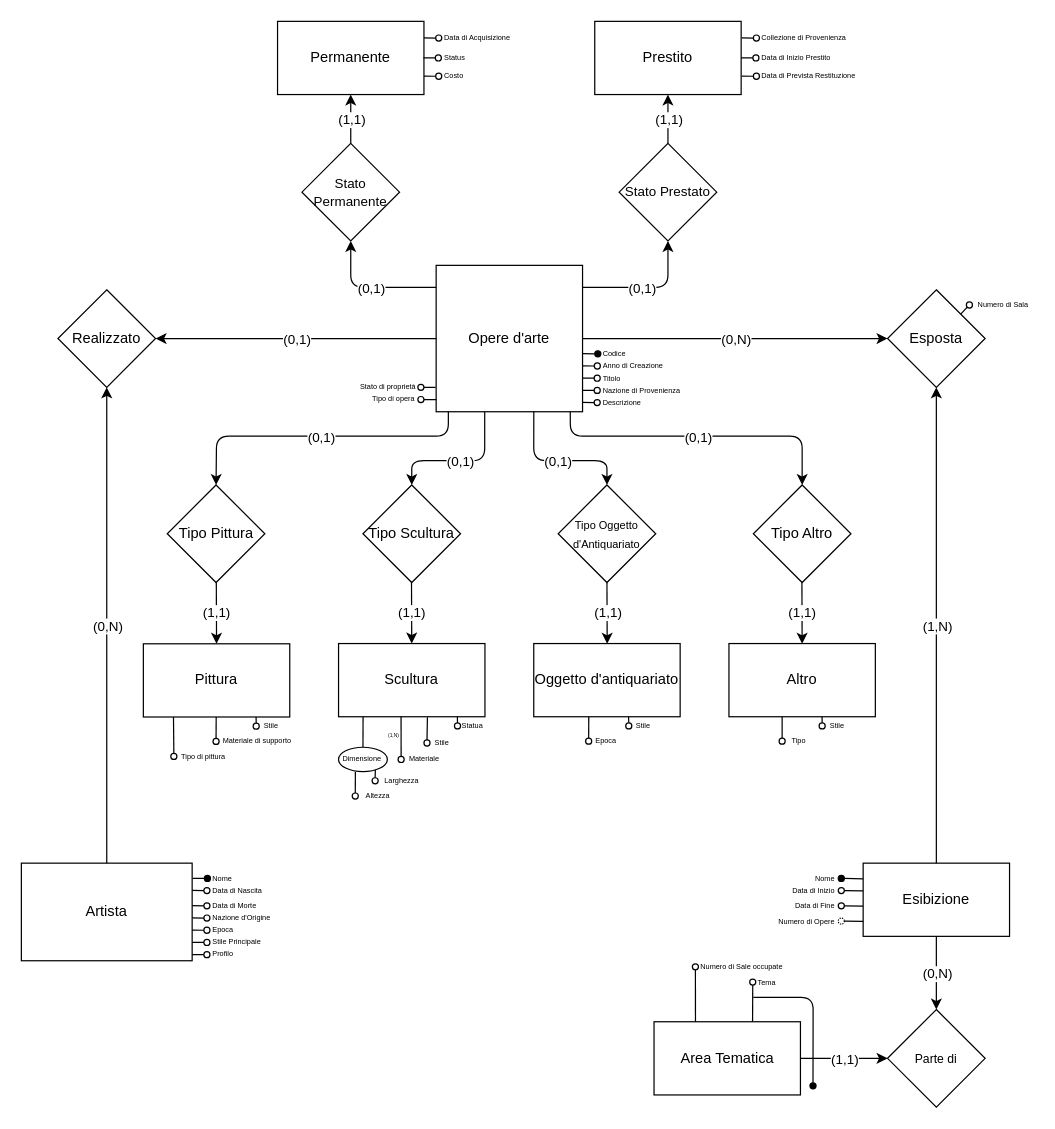
Above: diagramma er rifinito.drawio in Lord-Feder/Base-di-dati (draw.io), before the change. Source tidied: cells renumbered, new cells numbered last; positions are measured from the earlier drawing's top-left corner, leaving out a move shared by most shapes. Both pictures are drawn from the tidied source at 122%, with x=0, y=0 at pixel (21, 21).
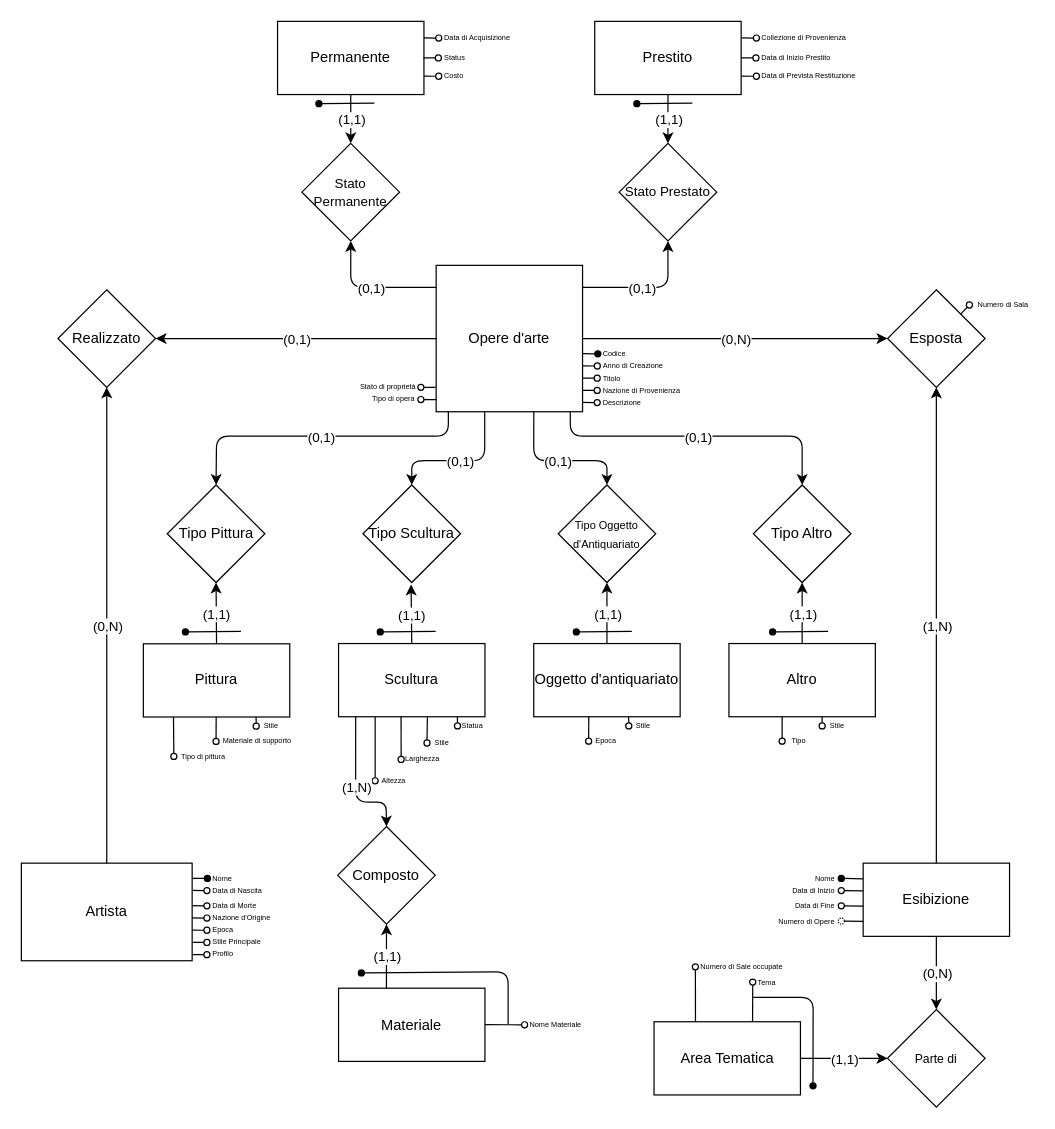
Above is the later version.

Unchanged cells that the change refers to:
```xml
<mxCell id="6" value="Permanente" style="rounded=0;whiteSpace=wrap;html=1;" parent="1" vertex="1">
  <mxGeometry x="210" width="120" height="60" as="geometry" />
</mxCell>
<mxCell id="7" value="Oggetto d'antiquariato" style="rounded=0;whiteSpace=wrap;html=1;" parent="1" vertex="1">
  <mxGeometry x="420" y="510" width="120" height="60" as="geometry" />
</mxCell>
<mxCell id="8" value="Scultura" style="rounded=0;whiteSpace=wrap;html=1;" parent="1" vertex="1">
  <mxGeometry x="260" y="510" width="120" height="60" as="geometry" />
</mxCell>
<mxCell id="9" value="Pittura" style="rounded=0;whiteSpace=wrap;html=1;" parent="1" vertex="1">
  <mxGeometry x="100" y="510.2" width="120" height="60" as="geometry" />
</mxCell>
<mxCell id="10" value="Altro" style="rounded=0;whiteSpace=wrap;html=1;" parent="1" vertex="1">
  <mxGeometry x="580" y="510" width="120" height="60" as="geometry" />
</mxCell>
<mxCell id="85" style="ellipse;whiteSpace=wrap;html=1;fillColor=none;" parent="1" vertex="1">
  <mxGeometry x="287.5" y="620" width="5" height="5" as="geometry" />
</mxCell>
<mxCell id="145" value="&lt;font style=&quot;font-size: 11px&quot;&gt;Stato Permanente&lt;/font&gt;" style="rhombus;whiteSpace=wrap;html=1;" parent="1" vertex="1">
  <mxGeometry x="230" y="100" width="80" height="80" as="geometry" />
</mxCell>
<mxCell id="146" value="&lt;font style=&quot;font-size: 11px&quot;&gt;Stato Prestato&lt;/font&gt;" style="rhombus;whiteSpace=wrap;html=1;" parent="1" vertex="1">
  <mxGeometry x="490" y="100" width="80" height="80" as="geometry" />
</mxCell>
<mxCell id="147" value="Tipo Pittura" style="rhombus;whiteSpace=wrap;html=1;" parent="1" vertex="1">
  <mxGeometry x="119.6" y="380" width="80" height="80" as="geometry" />
</mxCell>
<mxCell id="148" value="Tipo Scultura" style="rhombus;whiteSpace=wrap;html=1;" parent="1" vertex="1">
  <mxGeometry x="280" y="380" width="80" height="80" as="geometry" />
</mxCell>
<mxCell id="149" value="&lt;font style=&quot;font-size: 9px&quot;&gt;Tipo Oggetto d'Antiquariato&lt;/font&gt;" style="rhombus;whiteSpace=wrap;html=1;" parent="1" vertex="1">
  <mxGeometry x="440" y="380" width="80" height="80" as="geometry" />
</mxCell>
```

Change to the diagram source:
```diff
@@
-    <mxCell id="80" value="Materiale" style="text;html=1;align=center;verticalAlign=middle;whiteSpace=wrap;rounded=0;shadow=0;fontSize=6;" parent="1" vertex="1">
-      <mxGeometry x="313.8" y="600" width="32.5" height="10" as="geometry" />
-    </mxCell>
-    <mxCell id="81" style="endArrow=none;html=1;entryX=0.5;entryY=0;entryDx=0;entryDy=0;exitX=0.435;exitY=1.004;exitDx=0;exitDy=0;exitPerimeter=0;" parent="1" edge="1" target="83">
-      <mxGeometry relative="1" as="geometry">
-        <mxPoint x="280.1" y="570" as="sourcePoint" />
-      </mxGeometry>
-    </mxCell>
-    <mxCell id="82" value="Dimensione" style="text;html=1;align=center;verticalAlign=middle;whiteSpace=wrap;rounded=0;shadow=0;fontSize=6;" parent="1" vertex="1">
-      <mxGeometry x="266.4" y="599.8" width="27.1" height="10" as="geometry" />
-    </mxCell>
-    <mxCell id="83" style="ellipse;whiteSpace=wrap;html=1;fillColor=none;" parent="1" vertex="1">
-      <mxGeometry x="260" y="595" width="40" height="20" as="geometry" />
-    </mxCell>
-    <mxCell id="84" style="endArrow=none;html=1;entryX=0.5;entryY=0;entryDx=0;entryDy=0;exitX=0.754;exitY=0.935;exitDx=0;exitDy=0;exitPerimeter=0;" parent="1" edge="1" source="83" target="85">
+    <mxCell id="84" style="endArrow=none;html=1;entryX=0.5;entryY=0;entryDx=0;entryDy=0;exitX=0.25;exitY=1;exitDx=0;exitDy=0;" parent="1" edge="1" source="8" target="85">
       <mxGeometry relative="1" as="geometry" />
     </mxCell>
@@
     <mxCell id="86" value="Larghezza" style="text;html=1;align=center;verticalAlign=middle;whiteSpace=wrap;rounded=0;shadow=0;fontSize=6;" parent="1" vertex="1">
-      <mxGeometry x="292.5" y="617.5" width="37.5" height="10" as="geometry" />
+      <mxGeometry x="310" y="600" width="37.5" height="10" as="geometry" />
     </mxCell>
-    <mxCell id="87" style="endArrow=none;html=1;entryX=0.5;entryY=0;entryDx=0;entryDy=0;exitX=0.563;exitY=1;exitDx=0;exitDy=0;exitPerimeter=0;" parent="1" edge="1" target="88">
-      <mxGeometry relative="1" as="geometry">
-        <mxPoint x="273.8" y="615" as="sourcePoint" />
-      </mxGeometry>
-    </mxCell>
-    <mxCell id="88" style="ellipse;whiteSpace=wrap;html=1;fillColor=none;" parent="1" vertex="1">
-      <mxGeometry x="271.2" y="632.5" width="5" height="5" as="geometry" />
-    </mxCell>
     <mxCell id="89" value="Altezza" style="text;html=1;align=center;verticalAlign=middle;whiteSpace=wrap;rounded=0;shadow=0;fontSize=6;" parent="1" vertex="1">
-      <mxGeometry x="276.2" y="630" width="32.5" height="10" as="geometry" />
+      <mxGeometry x="289.4" y="617.5" width="32.5" height="10" as="geometry" />
     </mxCell>
@@
-    <mxCell id="144" value="(1,N)" style="text;html=1;strokeColor=none;fillColor=none;align=center;verticalAlign=middle;whiteSpace=wrap;rounded=0;fontSize=4;" parent="1" vertex="1">
-      <mxGeometry x="296.2" y="579.8" width="18.8" height="12.7" as="geometry" />
-    </mxCell>
@@
-    <mxCell id="159" style="endArrow=classic;html=1;fillColor=#000000;entryX=0.5;entryY=0;entryDx=0;entryDy=0;exitX=0.667;exitY=0.999;exitDx=0;exitDy=0;exitPerimeter=0;" parent="1" edge="1" target="9">
-      <mxGeometry relative="1" as="geometry">
-        <mxPoint x="159.8" y="460" as="sourcePoint" />
-      </mxGeometry>
+    <mxCell id="159" style="endArrow=classic;html=1;fillColor=#000000;entryX=0.5;entryY=1;entryDx=0;entryDy=0;exitX=0.5;exitY=0;exitDx=0;exitDy=0;" parent="1" edge="1" source="9" target="147">
+      <mxGeometry relative="1" as="geometry" />
     </mxCell>
@@
-    <mxCell id="161" style="endArrow=classic;html=1;fillColor=#000000;entryX=0.5;entryY=0;entryDx=0;entryDy=0;exitX=0.667;exitY=0.999;exitDx=0;exitDy=0;exitPerimeter=0;" parent="1" edge="1">
-      <mxGeometry relative="1" as="geometry">
-        <mxPoint x="319.8" y="459.8" as="sourcePoint" />
-        <mxPoint x="320" y="510" as="targetPoint" />
-      </mxGeometry>
+    <mxCell id="161" style="endArrow=classic;html=1;fillColor=#000000;entryX=0.493;entryY=1.02;entryDx=0;entryDy=0;entryPerimeter=0;exitX=0.5;exitY=0;exitDx=0;exitDy=0;" parent="1" edge="1" source="8" target="148">
+      <mxGeometry relative="1" as="geometry" />
     </mxCell>
@@
-    <mxCell id="163" style="endArrow=classic;html=1;fillColor=#000000;entryX=0.5;entryY=0;entryDx=0;entryDy=0;exitX=0.667;exitY=0.999;exitDx=0;exitDy=0;exitPerimeter=0;" parent="1" edge="1">
-      <mxGeometry relative="1" as="geometry">
-        <mxPoint x="480" y="460" as="sourcePoint" />
-        <mxPoint x="480.2" y="510.2" as="targetPoint" />
-      </mxGeometry>
+    <mxCell id="163" style="endArrow=classic;html=1;fillColor=#000000;exitX=0.5;exitY=0;exitDx=0;exitDy=0;entryX=0.5;entryY=1;entryDx=0;entryDy=0;" parent="1" edge="1" source="7" target="149">
+      <mxGeometry relative="1" as="geometry" />
     </mxCell>
@@
-    <mxCell id="165" style="endArrow=classic;html=1;fillColor=#000000;entryX=0.5;entryY=0;entryDx=0;entryDy=0;exitX=0.667;exitY=0.999;exitDx=0;exitDy=0;exitPerimeter=0;" parent="1" edge="1">
+    <mxCell id="165" style="endArrow=classic;html=1;fillColor=#000000;exitX=0.5;exitY=0;exitDx=0;exitDy=0;" parent="1" edge="1" source="10">
       <mxGeometry relative="1" as="geometry">
-        <mxPoint x="639.8" y="460" as="sourcePoint" />
-        <mxPoint x="640" y="510.2" as="targetPoint" />
+        <mxPoint x="640" y="460" as="targetPoint" />
       </mxGeometry>
     </mxCell>
@@
-    <mxCell id="167" style="endArrow=classic;html=1;fillColor=#000000;entryX=0.5;entryY=1;entryDx=0;entryDy=0;exitX=0.5;exitY=0;exitDx=0;exitDy=0;" parent="1" edge="1" source="145" target="6">
+    <mxCell id="167" style="endArrow=classic;html=1;fillColor=#000000;exitX=0.5;exitY=1;exitDx=0;exitDy=0;entryX=0.5;entryY=0;entryDx=0;entryDy=0;" parent="1" edge="1" source="6" target="145">
       <mxGeometry relative="1" as="geometry" />
     </mxCell>
@@
-    <mxCell id="169" style="endArrow=classic;html=1;fillColor=#000000;entryX=0.5;entryY=1;entryDx=0;entryDy=0;exitX=0.5;exitY=0;exitDx=0;exitDy=0;" parent="1" edge="1">
+    <mxCell id="169" style="endArrow=classic;html=1;fillColor=#000000;entryX=0.5;entryY=0;entryDx=0;entryDy=0;" parent="1" edge="1" target="146">
       <mxGeometry relative="1" as="geometry">
-        <mxPoint x="530" y="100" as="sourcePoint" />
-        <mxPoint x="530" y="60" as="targetPoint" />
+        <mxPoint x="530" y="60" as="sourcePoint" />
       </mxGeometry>
     </mxCell>
@@
+    <mxCell id="80" value="Materiale" style="rounded=0;whiteSpace=wrap;html=1;" parent="1" vertex="1">
+      <mxGeometry x="260" y="792.5" width="120" height="60" as="geometry" />
+    </mxCell>
+    <mxCell id="181" value="Composto" style="rhombus;whiteSpace=wrap;html=1;" parent="1" vertex="1">
+      <mxGeometry x="259.3" y="660" width="80" height="80" as="geometry" />
+    </mxCell>
+    <mxCell id="182" style="endArrow=classic;html=1;fillColor=#000000;exitX=0.117;exitY=0.999;exitDx=0;exitDy=0;exitPerimeter=0;entryX=0.5;entryY=0;entryDx=0;entryDy=0;" parent="1" edge="1" source="8" target="181">
+      <mxGeometry relative="1" as="geometry">
+        <Array as="points">
+          <mxPoint x="274" y="640" />
+          <mxPoint x="299" y="640" />
+        </Array>
+      </mxGeometry>
+    </mxCell>
+    <mxCell id="144" value="(1,N)" style="edgeLabel;html=1;align=center;verticalAlign=middle;" parent="182" vertex="1">
+      <mxGeometry relative="1" as="geometry" />
+    </mxCell>
+    <mxCell id="183" style="endArrow=classic;html=1;fillColor=#000000;entryX=0.5;entryY=1;entryDx=0;entryDy=0;exitX=0.327;exitY=0.003;exitDx=0;exitDy=0;exitPerimeter=0;" parent="1" edge="1" source="80" target="181">
+      <mxGeometry relative="1" as="geometry" />
+    </mxCell>
+    <mxCell id="184" value="(1,1)" style="edgeLabel;html=1;align=center;verticalAlign=middle;" parent="183" vertex="1">
+      <mxGeometry relative="1" as="geometry" />
+    </mxCell>
+    <mxCell id="185" style="endArrow=none;html=1;entryX=0;entryY=0.5;entryDx=0;entryDy=0;exitX=1.003;exitY=0.603;exitDx=0;exitDy=0;exitPerimeter=0;" parent="1" edge="1" target="186">
+      <mxGeometry relative="1" as="geometry">
+        <mxPoint x="380" y="822.4" as="sourcePoint" />
+      </mxGeometry>
+    </mxCell>
+    <mxCell id="186" style="ellipse;whiteSpace=wrap;html=1;fillColor=none;" parent="1" vertex="1">
+      <mxGeometry x="410" y="820" width="5" height="5" as="geometry" />
+    </mxCell>
+    <mxCell id="187" value="Nome Materiale" style="text;html=1;align=left;verticalAlign=middle;whiteSpace=wrap;rounded=0;shadow=0;fontSize=6;" parent="1" vertex="1">
+      <mxGeometry x="415.4" y="817.5" width="55" height="10" as="geometry" />
+    </mxCell>
+    <mxCell id="188" style="endArrow=none;html=1;fontSize=4;startArrow=none;" parent="1" edge="1" source="189">
+      <mxGeometry relative="1" as="geometry">
+        <mxPoint x="399" y="822" as="targetPoint" />
+        <Array as="points">
+          <mxPoint x="399" y="779" />
+        </Array>
+      </mxGeometry>
+    </mxCell>
+    <mxCell id="189" style="ellipse;whiteSpace=wrap;html=1;fillColor=#000000;" parent="1" vertex="1">
+      <mxGeometry x="276.2" y="777.5" width="5" height="5" as="geometry" />
+    </mxCell>
+    <mxCell id="190" style="endArrow=none;html=1;fontSize=4;startArrow=none;" parent="1" edge="1" source="191">
+      <mxGeometry relative="1" as="geometry">
+        <mxPoint x="180" y="500" as="targetPoint" />
+      </mxGeometry>
+    </mxCell>
+    <mxCell id="191" style="ellipse;whiteSpace=wrap;html=1;fillColor=#000000;" parent="1" vertex="1">
+      <mxGeometry x="132" y="498" width="5" height="5" as="geometry" />
+    </mxCell>
+    <mxCell id="192" style="endArrow=none;html=1;fontSize=4;startArrow=none;" parent="1" edge="1" source="193">
+      <mxGeometry relative="1" as="geometry">
+        <mxPoint x="339.6" y="500" as="targetPoint" />
+      </mxGeometry>
+    </mxCell>
+    <mxCell id="193" style="ellipse;whiteSpace=wrap;html=1;fillColor=#000000;" parent="1" vertex="1">
+      <mxGeometry x="291.7" y="498" width="5" height="5" as="geometry" />
+    </mxCell>
+    <mxCell id="194" style="endArrow=none;html=1;fontSize=4;startArrow=none;" parent="1" edge="1" source="195">
+      <mxGeometry relative="1" as="geometry">
+        <mxPoint x="500.4" y="500" as="targetPoint" />
+      </mxGeometry>
+    </mxCell>
+    <mxCell id="195" style="ellipse;whiteSpace=wrap;html=1;fillColor=#000000;" parent="1" vertex="1">
+      <mxGeometry x="452.4" y="498" width="5" height="5" as="geometry" />
+    </mxCell>
+    <mxCell id="196" style="endArrow=none;html=1;fontSize=4;startArrow=none;" parent="1" edge="1" source="197">
+      <mxGeometry relative="1" as="geometry">
+        <mxPoint x="661.3" y="500" as="targetPoint" />
+      </mxGeometry>
+    </mxCell>
+    <mxCell id="197" style="ellipse;whiteSpace=wrap;html=1;fillColor=#000000;" parent="1" vertex="1">
+      <mxGeometry x="613.3" y="498" width="5" height="5" as="geometry" />
+    </mxCell>
+    <mxCell id="198" style="endArrow=none;html=1;fontSize=4;startArrow=none;" parent="1" edge="1" source="199">
+      <mxGeometry relative="1" as="geometry">
+        <mxPoint x="550" y="67" as="targetPoint" />
+      </mxGeometry>
+    </mxCell>
+    <mxCell id="199" style="ellipse;whiteSpace=wrap;html=1;fillColor=#000000;" parent="1" vertex="1">
+      <mxGeometry x="502" y="65" width="5" height="5" as="geometry" />
+    </mxCell>
+    <mxCell id="200" style="endArrow=none;html=1;fontSize=4;startArrow=none;" parent="1" edge="1" source="201">
+      <mxGeometry relative="1" as="geometry">
+        <mxPoint x="289.4" y="67" as="targetPoint" />
+      </mxGeometry>
+    </mxCell>
+    <mxCell id="201" style="ellipse;whiteSpace=wrap;html=1;fillColor=#000000;" parent="1" vertex="1">
+      <mxGeometry x="241.4" y="65" width="5" height="5" as="geometry" />
+    </mxCell>
```
